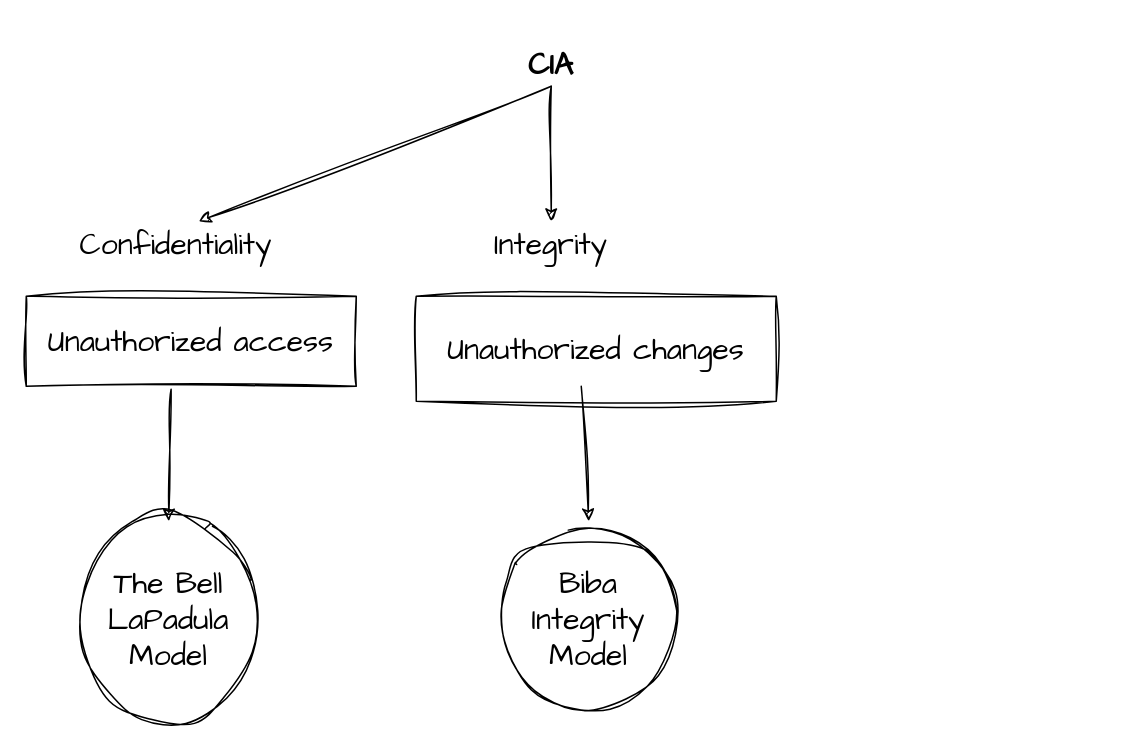
rya-sge/access-denied keeps this draw.io diagram as page "summary" (3 of 3) of schema/security-models.drawio. Above is the earlier version. Source tidied: cells renumbered, new cells numbered last; positions are measured from the earlier drawing's top-left corner, leaving out a move shared by most shapes. Both pictures are drawn from the tidied source at 150%, with x=0, y=0 at pixel (26, 40).
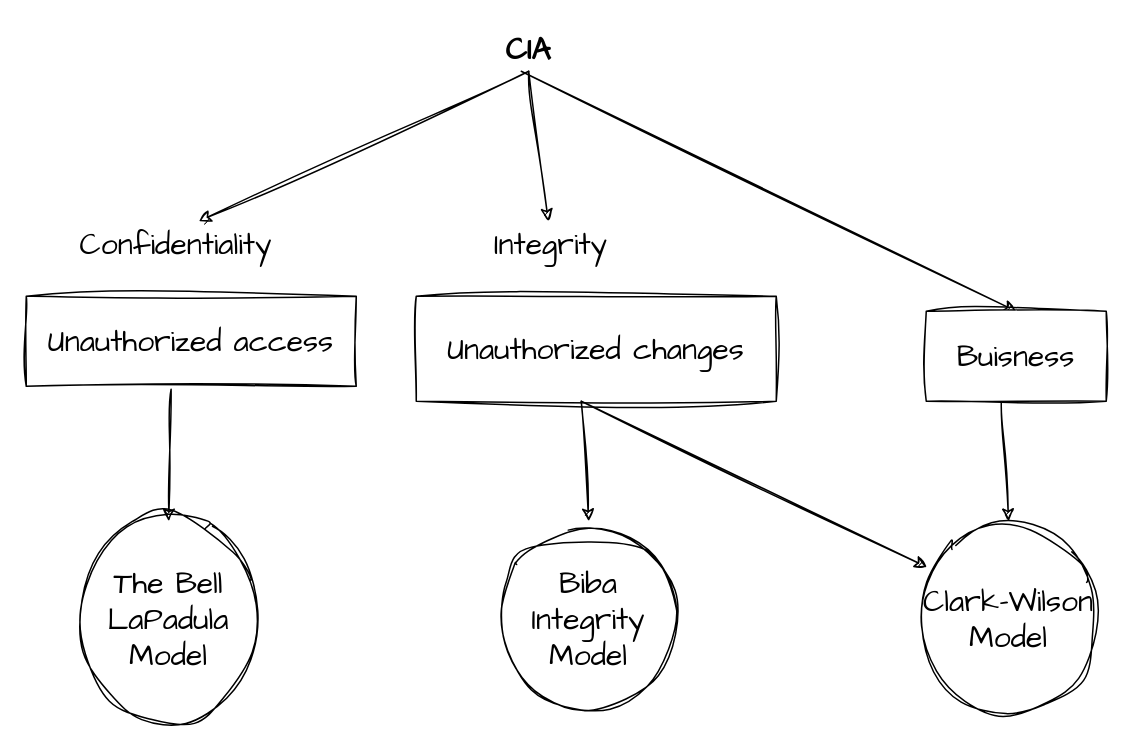
After the change.

The edit, as a diff of the source:
```diff
@@
 <mxGraphModel>
   <root>
     <mxCell id="0" />
     <mxCell id="1" parent="0" />
     <mxCell id="2" value="Unauthorized access" style="rounded=0;whiteSpace=wrap;html=1;sketch=1;hachureGap=4;jiggle=2;fontFamily=Architects Daughter;fontSize=20;" parent="1" vertex="1">
       <mxGeometry y="170" width="220" height="60" as="geometry" />
     </mxCell>
     <mxCell id="3" value="The Bell LaPadula Model" style="ellipse;whiteSpace=wrap;html=1;sketch=1;hachureGap=4;jiggle=2;fontFamily=Architects Daughter;fontSize=20;" parent="1" vertex="1">
       <mxGeometry x="30" y="320" width="130" height="130" as="geometry" />
     </mxCell>
     <mxCell id="4" style="endArrow=classic;html=1;rounded=0;sketch=1;hachureGap=4;jiggle=2;fontFamily=Architects Daughter;fontSize=16;exitX=0.439;exitY=1.033;exitDx=0;exitDy=0;exitPerimeter=0;entryX=0.5;entryY=0;entryDx=0;entryDy=0;" parent="1" edge="1" source="2" target="3">
       <mxGeometry relative="1" as="geometry" />
     </mxCell>
     <mxCell id="5" value="Confidentiality" style="text;html=1;strokeColor=none;fillColor=none;align=center;verticalAlign=middle;whiteSpace=wrap;rounded=0;sketch=1;hachureGap=4;jiggle=2;fontFamily=Architects Daughter;fontSize=20;" parent="1" vertex="1">
       <mxGeometry x="70" y="120" width="60" height="30" as="geometry" />
     </mxCell>
     <mxCell id="6" value="CIA" style="text;html=1;strokeColor=none;fillColor=none;align=center;verticalAlign=middle;whiteSpace=wrap;rounded=0;sketch=1;hachureGap=4;jiggle=2;fontFamily=Architects Daughter;fontSize=20;fontStyle=1;" parent="1" vertex="1">
-      <mxGeometry x="270" width="160" height="30" as="geometry" />
+      <mxGeometry x="255" y="-10" width="160" height="30" as="geometry" />
     </mxCell>
     <mxCell id="7" style="endArrow=classic;html=1;rounded=0;sketch=1;hachureGap=4;jiggle=2;fontFamily=Architects Daughter;fontSize=16;exitX=0.5;exitY=1;exitDx=0;exitDy=0;entryX=0.75;entryY=0;entryDx=0;entryDy=0;" parent="1" edge="1" source="6" target="5">
       <mxGeometry relative="1" as="geometry" />
     </mxCell>
     <mxCell id="8" value="Integrity" style="text;html=1;strokeColor=none;fillColor=none;align=center;verticalAlign=middle;whiteSpace=wrap;rounded=0;sketch=1;hachureGap=4;jiggle=2;fontFamily=Architects Daughter;fontSize=20;" parent="1" vertex="1">
       <mxGeometry x="285" y="120" width="130" height="30" as="geometry" />
     </mxCell>
     <mxCell id="9" value="Unauthorized changes" style="rounded=0;whiteSpace=wrap;html=1;sketch=1;hachureGap=4;jiggle=2;fontFamily=Architects Daughter;fontSize=20;" parent="1" vertex="1">
       <mxGeometry x="260" y="170" width="240" height="70" as="geometry" />
     </mxCell>
-    <mxCell id="10" style="endArrow=classic;html=1;rounded=0;sketch=1;hachureGap=4;jiggle=2;fontFamily=Architects Daughter;fontSize=16;" parent="1" edge="1" source="6">
-      <mxGeometry relative="1" as="geometry">
-        <mxPoint x="410" y="30" as="targetPoint" />
-      </mxGeometry>
-    </mxCell>
-    <mxCell id="11" style="endArrow=classic;html=1;rounded=0;sketch=1;hachureGap=4;jiggle=2;fontFamily=Architects Daughter;fontSize=16;" parent="1" edge="1" source="6">
-      <mxGeometry relative="1" as="geometry">
-        <mxPoint x="400" y="30" as="targetPoint" />
-      </mxGeometry>
-    </mxCell>
     <mxCell id="12" style="endArrow=classic;html=1;rounded=0;sketch=1;hachureGap=4;jiggle=2;fontFamily=Architects Daughter;fontSize=16;exitX=0.5;exitY=1;exitDx=0;exitDy=0;" parent="1" edge="1" source="6" target="8">
       <mxGeometry relative="1" as="geometry" />
     </mxCell>
     <mxCell id="13" value="Biba&lt;br&gt;Integrity Model" style="ellipse;whiteSpace=wrap;html=1;sketch=1;hachureGap=4;jiggle=2;fontFamily=Architects Daughter;fontSize=20;" parent="1" vertex="1">
       <mxGeometry x="310" y="320" width="130" height="130" as="geometry" />
     </mxCell>
     <mxCell id="14" style="endArrow=classic;html=1;rounded=0;sketch=1;hachureGap=4;jiggle=2;fontFamily=Architects Daughter;fontSize=16;entryX=0.5;entryY=0;entryDx=0;entryDy=0;" parent="1" edge="1" target="13">
       <mxGeometry relative="1" as="geometry">
-        <mxPoint x="370" y="230" as="sourcePoint" />
+        <mxPoint x="370" y="240" as="sourcePoint" />
       </mxGeometry>
     </mxCell>
+    <mxCell id="15" value="Clark-Wilson Model" style="ellipse;whiteSpace=wrap;html=1;sketch=1;hachureGap=4;jiggle=2;fontFamily=Architects Daughter;fontSize=20;" parent="1" vertex="1">
+      <mxGeometry x="590" y="320" width="130" height="130" as="geometry" />
+    </mxCell>
+    <mxCell id="16" style="endArrow=classic;html=1;rounded=0;sketch=1;hachureGap=4;jiggle=2;fontFamily=Architects Daughter;fontSize=16;entryX=0.081;entryY=0.235;entryDx=0;entryDy=0;entryPerimeter=0;" parent="1" edge="1" target="15">
+      <mxGeometry relative="1" as="geometry">
+        <mxPoint x="370" y="240" as="sourcePoint" />
+      </mxGeometry>
+    </mxCell>
+    <mxCell id="17" style="endArrow=classic;html=1;rounded=0;sketch=1;hachureGap=4;jiggle=2;fontFamily=Architects Daughter;fontSize=16;entryX=0.5;entryY=0;entryDx=0;entryDy=0;" parent="1" edge="1" target="18">
+      <mxGeometry relative="1" as="geometry">
+        <mxPoint x="330" y="20" as="sourcePoint" />
+      </mxGeometry>
+    </mxCell>
+    <mxCell id="18" value="Buisness" style="rounded=0;whiteSpace=wrap;html=1;sketch=1;hachureGap=4;jiggle=2;fontFamily=Architects Daughter;fontSize=20;" parent="1" vertex="1">
+      <mxGeometry x="600" y="180" width="120" height="60" as="geometry" />
+    </mxCell>
+    <mxCell id="19" style="endArrow=classic;html=1;rounded=0;sketch=1;hachureGap=4;jiggle=2;fontFamily=Architects Daughter;fontSize=16;exitX=0.417;exitY=1.008;exitDx=0;exitDy=0;exitPerimeter=0;entryX=0.5;entryY=0;entryDx=0;entryDy=0;" parent="1" edge="1" source="18" target="15">
+      <mxGeometry relative="1" as="geometry" />
+    </mxCell>
   </root>
 </mxGraphModel>
```
